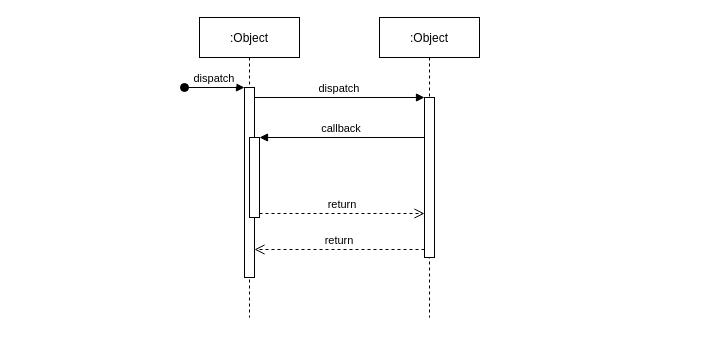
This is Untitled Diagram2.drawio from arielarmijo/fullstackjava, a draw.io file, before an edit. Source tidied: cells renumbered, new cells numbered last; positions are measured from the earlier drawing's top-left corner, leaving out a move shared by most shapes. Both pictures are drawn from the tidied source at 100%, with x=0, y=0 at pixel (184, 17).
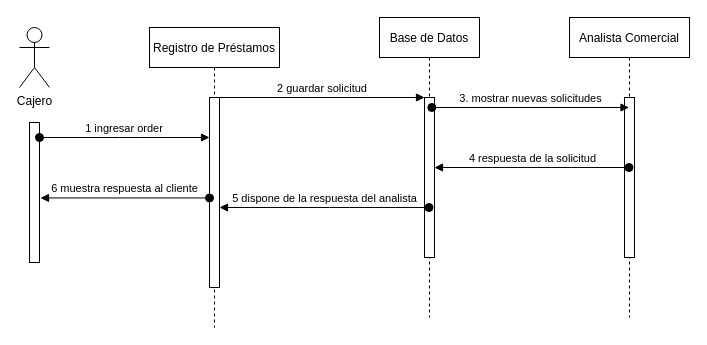
The same diagram, later.

What changed in the source:
```diff
@@
 <mxGraphModel>
   <root>
     <mxCell id="0" />
     <mxCell id="1" parent="0" />
-    <mxCell id="2" value=":Object" style="shape=umlLifeline;perimeter=lifelinePerimeter;rounded=0;shadow=0;strokeWidth=1;" parent="1" vertex="1">
-      <mxGeometry x="15" width="100" height="300" as="geometry" />
+    <mxCell id="2" value="Registro de Préstamos" style="shape=umlLifeline;perimeter=lifelinePerimeter;rounded=0;shadow=0;strokeWidth=1;" parent="1" vertex="1">
+      <mxGeometry x="-35" y="10" width="130" height="300" as="geometry" />
     </mxCell>
     <mxCell id="3" style="points=[];perimeter=orthogonalPerimeter;rounded=0;shadow=0;strokeWidth=1;" parent="2" vertex="1">
-      <mxGeometry x="45" y="70" width="10" height="190" as="geometry" />
+      <mxGeometry x="60" y="70" width="10" height="190" as="geometry" />
     </mxCell>
-    <mxCell id="4" value="dispatch" style="verticalAlign=bottom;startArrow=oval;endArrow=block;startSize=8;shadow=0;strokeWidth=1;" parent="2" edge="1" target="3">
-      <mxGeometry relative="1" as="geometry">
-        <mxPoint x="-15" y="70" as="sourcePoint" />
-      </mxGeometry>
-    </mxCell>
-    <mxCell id="5" style="points=[];perimeter=orthogonalPerimeter;rounded=0;shadow=0;strokeWidth=1;" parent="2" vertex="1">
-      <mxGeometry x="50" y="120" width="10" height="80" as="geometry" />
-    </mxCell>
-    <mxCell id="6" value=":Object" style="shape=umlLifeline;perimeter=lifelinePerimeter;rounded=0;shadow=0;strokeWidth=1;" parent="1" vertex="1">
+    <mxCell id="6" value="Base de Datos" style="shape=umlLifeline;perimeter=lifelinePerimeter;rounded=0;shadow=0;strokeWidth=1;" parent="1" vertex="1">
       <mxGeometry x="195" width="100" height="300" as="geometry" />
     </mxCell>
     <mxCell id="7" style="points=[];perimeter=orthogonalPerimeter;rounded=0;shadow=0;strokeWidth=1;" parent="6" vertex="1">
       <mxGeometry x="45" y="80" width="10" height="160" as="geometry" />
     </mxCell>
-    <mxCell id="8" value="return" style="verticalAlign=bottom;endArrow=open;dashed=1;endSize=8;exitX=0;exitY=0.95;shadow=0;strokeWidth=1;" parent="1" edge="1" source="7" target="3">
-      <mxGeometry relative="1" as="geometry" />
-    </mxCell>
-    <mxCell id="9" value="dispatch" style="verticalAlign=bottom;endArrow=block;entryX=0;entryY=0;shadow=0;strokeWidth=1;" parent="1" edge="1" source="3" target="7">
+    <mxCell id="9" value="2 guardar solicitud" style="verticalAlign=bottom;endArrow=block;entryX=0;entryY=0;shadow=0;strokeWidth=1;" parent="1" edge="1" source="3" target="7">
       <mxGeometry relative="1" as="geometry" />
     </mxCell>
-    <mxCell id="10" value="callback" style="verticalAlign=bottom;endArrow=block;entryX=1;entryY=0;shadow=0;strokeWidth=1;" parent="1" edge="1" source="7" target="5">
-      <mxGeometry relative="1" as="geometry" />
-    </mxCell>
-    <mxCell id="11" value="return" style="verticalAlign=bottom;endArrow=open;dashed=1;endSize=8;exitX=1;exitY=0.95;shadow=0;strokeWidth=1;" parent="1" edge="1" source="5" target="7">
-      <mxGeometry relative="1" as="geometry" />
-    </mxCell>
+    <mxCell id="12" value="Cajero" style="shape=umlActor;verticalLabelPosition=bottom;verticalAlign=top;html=1;" parent="1" vertex="1">
+      <mxGeometry x="-165" y="10" width="30" height="60" as="geometry" />
+    </mxCell>
+    <mxCell id="13" value="Analista Comercial" style="shape=umlLifeline;perimeter=lifelinePerimeter;rounded=0;shadow=0;strokeWidth=1;" parent="1" vertex="1">
+      <mxGeometry x="385" width="120" height="300" as="geometry" />
+    </mxCell>
+    <mxCell id="14" style="perimeter=orthogonalPerimeter;rounded=0;shadow=0;strokeWidth=1;" parent="13" vertex="1">
+      <mxGeometry x="55" y="80" width="10" height="160" as="geometry" />
+    </mxCell>
+    <mxCell id="15" value="3. mostrar nuevas solicitudes" style="html=1;verticalAlign=bottom;startArrow=oval;startFill=1;endArrow=block;startSize=8;exitX=0.523;exitY=0.3;exitDx=0;exitDy=0;exitPerimeter=0;" parent="1" edge="1" source="6" target="13">
+      <mxGeometry relative="1" as="geometry" />
+    </mxCell>
+    <mxCell id="16" value="4 respuesta de la solicitud" style="html=1;verticalAlign=bottom;startArrow=oval;startFill=1;endArrow=block;startSize=8;" parent="1" edge="1" source="13" target="7">
+      <mxGeometry relative="1" as="geometry" />
+    </mxCell>
+    <mxCell id="17" value="5 dispone de la respuesta del analista" style="html=1;verticalAlign=bottom;startArrow=oval;startFill=1;endArrow=block;startSize=8;" parent="1" edge="1" source="6" target="3">
+      <mxGeometry relative="1" as="geometry">
+        <Array as="points">
+          <mxPoint x="155" y="190" />
+        </Array>
+      </mxGeometry>
+    </mxCell>
+    <mxCell id="18" style="html=1;points=[];perimeter=orthogonalPerimeter;" parent="1" vertex="1">
+      <mxGeometry x="-155" y="105" width="10" height="140" as="geometry" />
+    </mxCell>
+    <mxCell id="19" value="6 muestra respuesta al cliente" style="html=1;verticalAlign=bottom;startArrow=oval;startFill=1;endArrow=block;startSize=8;entryX=1.1;entryY=0.539;entryDx=0;entryDy=0;entryPerimeter=0;" parent="1" edge="1" source="3" target="18">
+      <mxGeometry relative="1" as="geometry" />
+    </mxCell>
+    <mxCell id="4" value="1 ingresar order" style="verticalAlign=bottom;startArrow=oval;endArrow=block;startSize=8;shadow=0;strokeWidth=1;" parent="1" edge="1" source="18" target="3">
+      <mxGeometry relative="1" as="geometry">
+        <Array as="points">
+          <mxPoint x="-55" y="120" />
+        </Array>
+      </mxGeometry>
+    </mxCell>
   </root>
 </mxGraphModel>
```
